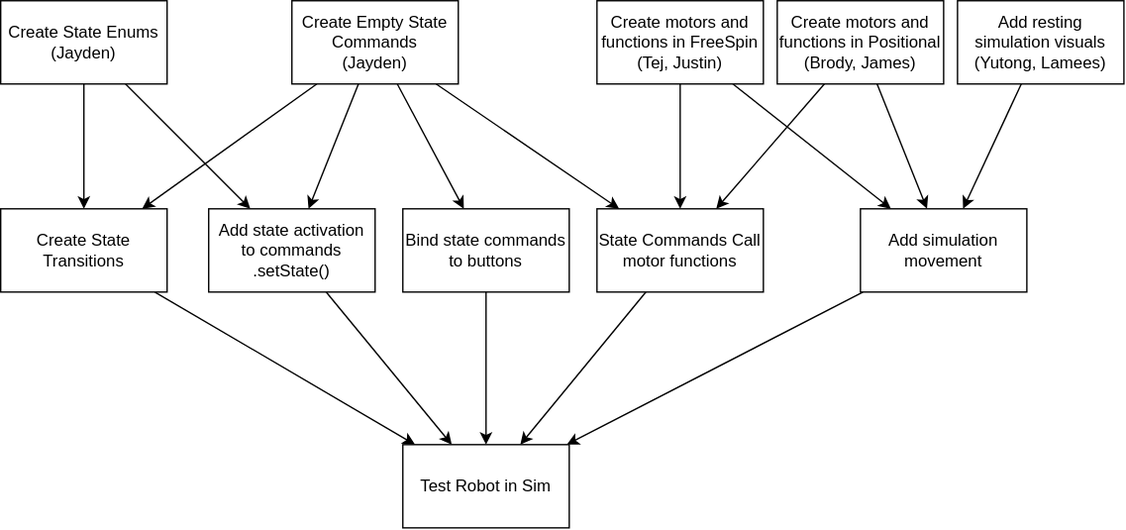
Above: design/program_order.drawio.svg in FRCTeam3255/2026_Offbot_Code (draw.io), before the change. Source tidied: cells renumbered, new cells last; positions are measured from the earlier drawing's top-left corner, leaving out a move shared by most shapes.
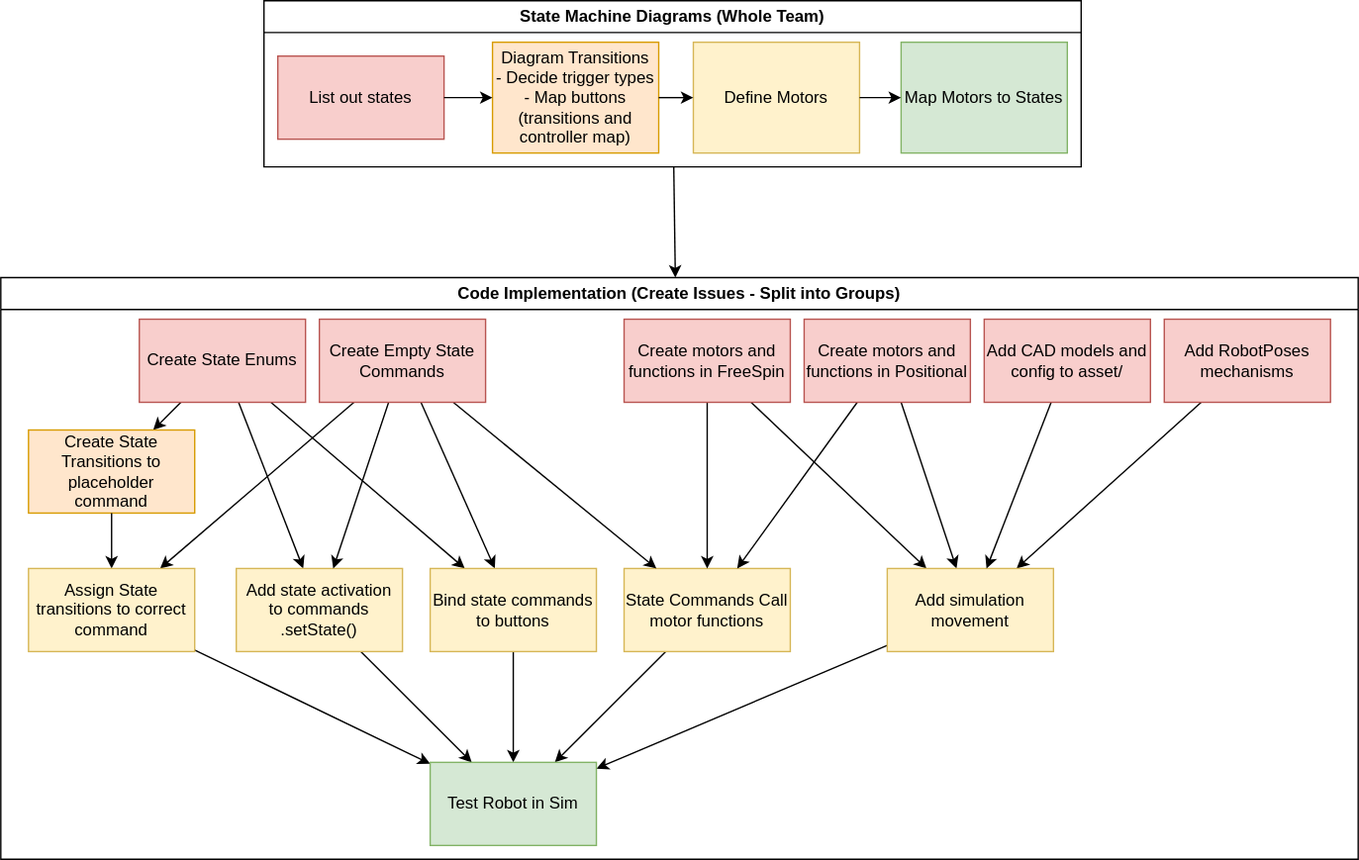
Above is the later version.

Commit message:
Update programming order diagram (#24)

Diff of the diagram source:
```diff
@@ -2,86 +2,131 @@
   <root>
     <mxCell id="0" />
     <mxCell id="1" parent="0" />
+    <mxCell id="29" style="edgeStyle=none;html=1;" parent="1" edge="1" source="30" target="38">
+      <mxGeometry relative="1" as="geometry" />
+    </mxCell>
+    <mxCell id="30" value="State Machine Diagrams (Whole Team)" style="swimlane;whiteSpace=wrap;html=1;" parent="1" vertex="1">
+      <mxGeometry x="200" y="-170" width="590" height="120" as="geometry" />
+    </mxCell>
+    <mxCell id="31" value="List out states" style="rounded=0;whiteSpace=wrap;html=1;fillColor=#f8cecc;strokeColor=#b85450;" parent="30" vertex="1">
+      <mxGeometry x="10" y="40" width="120" height="60" as="geometry" />
+    </mxCell>
+    <mxCell id="32" value="Diagram Transitions&lt;div&gt;- Decide trigger types&lt;/div&gt;&lt;div&gt;- Map buttons (transitions and controller map)&lt;/div&gt;" style="rounded=0;whiteSpace=wrap;html=1;fillColor=#ffe6cc;strokeColor=#d79b00;" parent="30" vertex="1">
+      <mxGeometry x="165" y="30" width="120" height="80" as="geometry" />
+    </mxCell>
+    <mxCell id="33" style="edgeStyle=none;html=1;" parent="30" edge="1" source="31" target="32">
+      <mxGeometry relative="1" as="geometry" />
+    </mxCell>
+    <mxCell id="34" value="Define Motors" style="rounded=0;whiteSpace=wrap;html=1;fillColor=#fff2cc;strokeColor=#d6b656;" parent="30" vertex="1">
+      <mxGeometry x="310" y="30" width="120" height="80" as="geometry" />
+    </mxCell>
+    <mxCell id="35" style="edgeStyle=none;html=1;" parent="30" edge="1" source="32" target="34">
+      <mxGeometry relative="1" as="geometry" />
+    </mxCell>
+    <mxCell id="36" value="Map Motors to States" style="rounded=0;whiteSpace=wrap;html=1;fillColor=#d5e8d4;strokeColor=#82b366;" parent="30" vertex="1">
+      <mxGeometry x="460" y="30" width="120" height="80" as="geometry" />
+    </mxCell>
+    <mxCell id="37" style="edgeStyle=none;html=1;" parent="30" edge="1" source="34" target="36">
+      <mxGeometry relative="1" as="geometry" />
+    </mxCell>
+    <mxCell id="38" value="Code Implementation (Create Issues - Split into Groups)" style="swimlane;whiteSpace=wrap;html=1;" parent="1" vertex="1">
+      <mxGeometry x="10" y="30" width="980" height="420" as="geometry" />
+    </mxCell>
-    <mxCell id="2" style="edgeStyle=none;html=1;" parent="1" edge="1" source="4" target="6">
+    <mxCell id="2" style="edgeStyle=none;html=1;" parent="38" edge="1" source="4" target="6">
       <mxGeometry relative="1" as="geometry" />
     </mxCell>
-    <mxCell id="3" style="edgeStyle=none;html=1;" parent="1" edge="1" source="4" target="23">
+    <mxCell id="3" style="edgeStyle=none;html=1;" parent="38" edge="1" source="4" target="23">
       <mxGeometry relative="1" as="geometry" />
     </mxCell>
+    <mxCell id="39" style="edgeStyle=none;html=1;" parent="38" edge="1" source="4" target="17">
+      <mxGeometry relative="1" as="geometry" />
+    </mxCell>
-    <mxCell id="4" value="Create State Enums&lt;div&gt;(Jayden)&lt;/div&gt;" style="whiteSpace=wrap;html=1;" parent="1" vertex="1">
-      <mxGeometry width="120" height="60" as="geometry" />
+    <mxCell id="4" value="Create State Enums" style="whiteSpace=wrap;html=1;fillColor=#f8cecc;strokeColor=#b85450;" parent="38" vertex="1">
+      <mxGeometry x="100" y="30" width="120" height="60" as="geometry" />
     </mxCell>
-    <mxCell id="5" style="edgeStyle=none;html=1;" parent="1" edge="1" source="6" target="28">
+    <mxCell id="5" style="edgeStyle=none;html=1;" parent="38" edge="1" source="42" target="28">
       <mxGeometry relative="1" as="geometry" />
     </mxCell>
-    <mxCell id="6" value="Create State Transitions" style="whiteSpace=wrap;html=1;" parent="1" vertex="1">
-      <mxGeometry y="150" width="120" height="60" as="geometry" />
+    <mxCell id="6" value="Create State Transitions to placeholder command" style="whiteSpace=wrap;html=1;fillColor=#ffe6cc;strokeColor=#d79b00;" parent="38" vertex="1">
+      <mxGeometry x="20" y="110" width="120" height="60" as="geometry" />
     </mxCell>
-    <mxCell id="7" style="edgeStyle=none;html=1;" parent="1" edge="1" source="27" target="17">
+    <mxCell id="7" style="edgeStyle=none;html=1;" parent="38" edge="1" source="27" target="17">
       <mxGeometry relative="1" as="geometry" />
     </mxCell>
-    <mxCell id="8" style="edgeStyle=none;html=1;" parent="1" edge="1" source="9" target="28">
+    <mxCell id="8" style="edgeStyle=none;html=1;" parent="38" edge="1" source="9" target="28">
       <mxGeometry relative="1" as="geometry" />
     </mxCell>
-    <mxCell id="9" value="State Commands Call motor functions" style="whiteSpace=wrap;html=1;" parent="1" vertex="1">
-      <mxGeometry x="430" y="150" width="120" height="60" as="geometry" />
+    <mxCell id="9" value="State Commands Call motor functions" style="whiteSpace=wrap;html=1;fillColor=#fff2cc;strokeColor=#d6b656;" parent="38" vertex="1">
+      <mxGeometry x="450" y="210" width="120" height="60" as="geometry" />
     </mxCell>
-    <mxCell id="10" style="edgeStyle=none;html=1;" parent="1" edge="1" source="12" target="9">
+    <mxCell id="10" style="edgeStyle=none;html=1;" parent="38" edge="1" source="12" target="9">
       <mxGeometry relative="1" as="geometry" />
     </mxCell>
-    <mxCell id="11" style="edgeStyle=none;html=1;" parent="1" edge="1" source="12" target="21">
+    <mxCell id="11" style="edgeStyle=none;html=1;" parent="38" edge="1" source="12" target="21">
       <mxGeometry relative="1" as="geometry" />
     </mxCell>
-    <mxCell id="12" value="Create motors and functions in FreeSpin&lt;div&gt;(Tej, Justin)&lt;/div&gt;" style="whiteSpace=wrap;html=1;" parent="1" vertex="1">
-      <mxGeometry x="430" width="120" height="60" as="geometry" />
+    <mxCell id="12" value="Create motors and functions in FreeSpin" style="whiteSpace=wrap;html=1;fillColor=#f8cecc;strokeColor=#b85450;" parent="38" vertex="1">
+      <mxGeometry x="450" y="30" width="120" height="60" as="geometry" />
     </mxCell>
-    <mxCell id="13" style="edgeStyle=none;html=1;" parent="1" edge="1" source="15" target="9">
+    <mxCell id="13" style="edgeStyle=none;html=1;" parent="38" edge="1" source="15" target="9">
       <mxGeometry relative="1" as="geometry" />
     </mxCell>
-    <mxCell id="14" style="edgeStyle=none;html=1;" parent="1" edge="1" source="15" target="21">
+    <mxCell id="14" style="edgeStyle=none;html=1;" parent="38" edge="1" source="15" target="21">
       <mxGeometry relative="1" as="geometry" />
     </mxCell>
-    <mxCell id="15" value="Create motors and functions in Positional&lt;div&gt;(Brody, James)&lt;/div&gt;" style="whiteSpace=wrap;html=1;" parent="1" vertex="1">
-      <mxGeometry x="560" width="120" height="60" as="geometry" />
+    <mxCell id="15" value="Create motors and functions in Positional" style="whiteSpace=wrap;html=1;fillColor=#f8cecc;strokeColor=#b85450;" parent="38" vertex="1">
+      <mxGeometry x="580" y="30" width="120" height="60" as="geometry" />
     </mxCell>
-    <mxCell id="16" style="edgeStyle=none;html=1;" parent="1" edge="1" source="17" target="28">
+    <mxCell id="16" style="edgeStyle=none;html=1;" parent="38" edge="1" source="17" target="28">
       <mxGeometry relative="1" as="geometry" />
     </mxCell>
-    <mxCell id="17" value="Bind state commands to buttons" style="whiteSpace=wrap;html=1;" parent="1" vertex="1">
-      <mxGeometry x="290" y="150" width="120" height="60" as="geometry" />
+    <mxCell id="17" value="Bind state commands to buttons" style="whiteSpace=wrap;html=1;fillColor=#fff2cc;strokeColor=#d6b656;" parent="38" vertex="1">
+      <mxGeometry x="310" y="210" width="120" height="60" as="geometry" />
     </mxCell>
-    <mxCell id="18" style="edgeStyle=none;html=1;" parent="1" edge="1" source="19" target="21">
+    <mxCell id="18" style="edgeStyle=none;html=1;" parent="38" edge="1" source="19" target="21">
       <mxGeometry relative="1" as="geometry" />
     </mxCell>
-    <mxCell id="19" value="Add resting simulation visuals&lt;div&gt;(Yutong, Lamees)&lt;/div&gt;" style="whiteSpace=wrap;html=1;" parent="1" vertex="1">
-      <mxGeometry x="690" width="120" height="60" as="geometry" />
+    <mxCell id="19" value="Add RobotPoses mechanisms" style="whiteSpace=wrap;html=1;fillColor=#f8cecc;strokeColor=#b85450;" parent="38" vertex="1">
+      <mxGeometry x="840" y="30" width="120" height="60" as="geometry" />
     </mxCell>
-    <mxCell id="20" style="edgeStyle=none;html=1;" parent="1" edge="1" source="21" target="28">
+    <mxCell id="20" style="edgeStyle=none;html=1;" parent="38" edge="1" source="21" target="28">
       <mxGeometry relative="1" as="geometry" />
     </mxCell>
-    <mxCell id="21" value="Add simulation movement" style="whiteSpace=wrap;html=1;" parent="1" vertex="1">
-      <mxGeometry x="620" y="150" width="120" height="60" as="geometry" />
+    <mxCell id="21" value="Add simulation movement" style="whiteSpace=wrap;html=1;fillColor=#fff2cc;strokeColor=#d6b656;" parent="38" vertex="1">
+      <mxGeometry x="640" y="210" width="120" height="60" as="geometry" />
     </mxCell>
-    <mxCell id="22" style="edgeStyle=none;html=1;" parent="1" edge="1" source="23" target="28">
+    <mxCell id="22" style="edgeStyle=none;html=1;" parent="38" edge="1" source="23" target="28">
       <mxGeometry relative="1" as="geometry" />
     </mxCell>
-    <mxCell id="23" value="Add state activation to commands&lt;div&gt;.setState()&lt;/div&gt;" style="whiteSpace=wrap;html=1;" parent="1" vertex="1">
-      <mxGeometry x="150" y="150" width="120" height="60" as="geometry" />
+    <mxCell id="23" value="Add state activation to commands&lt;div&gt;.setState()&lt;/div&gt;" style="whiteSpace=wrap;html=1;fillColor=#fff2cc;strokeColor=#d6b656;" parent="38" vertex="1">
+      <mxGeometry x="170" y="210" width="120" height="60" as="geometry" />
     </mxCell>
-    <mxCell id="24" style="edgeStyle=none;html=1;" parent="1" edge="1" source="27" target="9">
+    <mxCell id="24" style="edgeStyle=none;html=1;" parent="38" edge="1" source="27" target="9">
       <mxGeometry relative="1" as="geometry" />
     </mxCell>
-    <mxCell id="25" style="edgeStyle=none;html=1;" parent="1" edge="1" source="27" target="6">
-      <mxGeometry relative="1" as="geometry" />
-    </mxCell>
-    <mxCell id="26" style="edgeStyle=none;html=1;" parent="1" edge="1" source="27" target="23">
+    <mxCell id="26" style="edgeStyle=none;html=1;" parent="38" edge="1" source="27" target="23">
       <mxGeometry relative="1" as="geometry" />
     </mxCell>
+    <mxCell id="40" style="edgeStyle=none;html=1;" parent="38" edge="1" source="27" target="42">
+      <mxGeometry relative="1" as="geometry" />
+    </mxCell>
-    <mxCell id="27" value="Create Empty State Commands&lt;div&gt;(Jayden)&lt;/div&gt;" style="whiteSpace=wrap;html=1;" parent="1" vertex="1">
-      <mxGeometry x="210" width="120" height="60" as="geometry" />
+    <mxCell id="27" value="Create Empty State Commands" style="whiteSpace=wrap;html=1;fillColor=#f8cecc;strokeColor=#b85450;" parent="38" vertex="1">
+      <mxGeometry x="230" y="30" width="120" height="60" as="geometry" />
     </mxCell>
-    <mxCell id="28" value="Test Robot in Sim" style="whiteSpace=wrap;html=1;" parent="1" vertex="1">
-      <mxGeometry x="290" y="320" width="120" height="60" as="geometry" />
+    <mxCell id="28" value="Test Robot in Sim" style="whiteSpace=wrap;html=1;fillColor=#d5e8d4;strokeColor=#82b366;" parent="38" vertex="1">
+      <mxGeometry x="310" y="350" width="120" height="60" as="geometry" />
     </mxCell>
+    <mxCell id="41" style="edgeStyle=none;html=1;" parent="38" edge="1" source="6" target="42">
+      <mxGeometry relative="1" as="geometry" />
+    </mxCell>
+    <mxCell id="42" value="Assign State transitions to correct command" style="whiteSpace=wrap;html=1;fillColor=#fff2cc;strokeColor=#d6b656;" parent="38" vertex="1">
+      <mxGeometry x="20" y="210" width="120" height="60" as="geometry" />
+    </mxCell>
+    <mxCell id="43" style="edgeStyle=none;html=1;" parent="38" edge="1" source="44" target="21">
+      <mxGeometry relative="1" as="geometry" />
+    </mxCell>
+    <mxCell id="44" value="Add CAD models and config to asset/" style="whiteSpace=wrap;html=1;fillColor=#f8cecc;strokeColor=#b85450;" parent="38" vertex="1">
+      <mxGeometry x="710" y="30" width="120" height="60" as="geometry" />
+    </mxCell>
   </root>
 </mxGraphModel>
```
